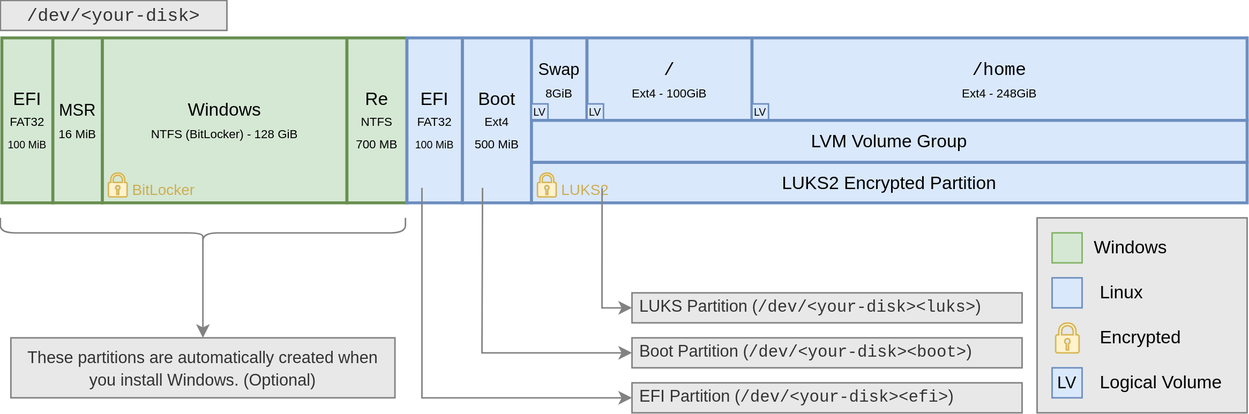
Earlier version of the draw.io export docs/disk-partitions.svg (mjnaderi/dotfiles). Source tidied: cells renumbered, new cells last; positions are measured from the earlier drawing's top-left corner, leaving out a move shared by most shapes.
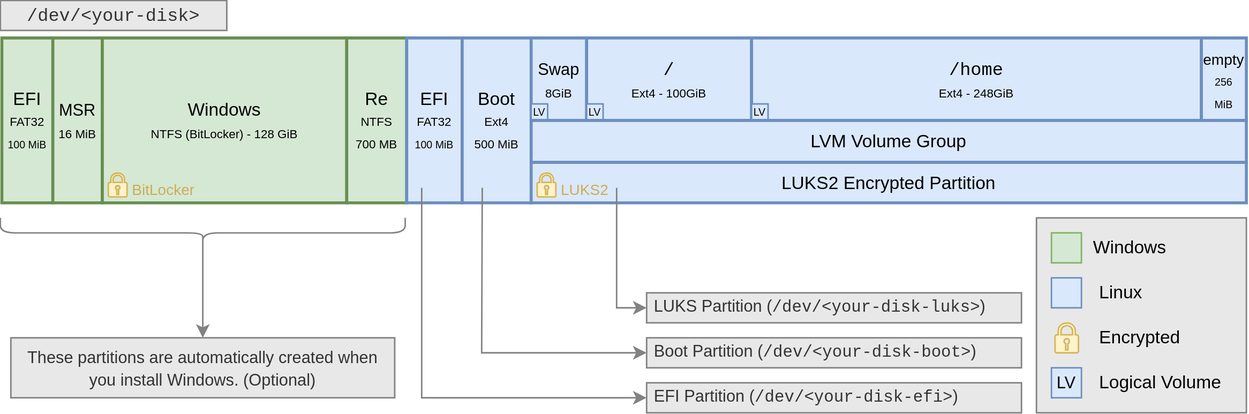
Later version of the same file.

Commit message:
Update partitions diagram

The edit, as a diff of the source:
```diff
@@ -72,71 +72,74 @@
       <mxGeometry y="44" width="11" height="11" as="geometry" />
     </mxCell>
     <mxCell id="25" value="&lt;font face=&quot;monospace&quot;&gt;/home&lt;/font&gt;&lt;br&gt;&lt;font style=&quot;font-size: 8px;&quot;&gt;Ext4 - 248GiB&lt;/font&gt;" style="shape=partialRectangle;html=1;whiteSpace=wrap;strokeColor=#6c8ebf;overflow=hidden;fillColor=#dae8fc;top=1;left=1;bottom=1;right=1;strokeWidth=2;fontFamily=sans-serif;" parent="12" vertex="1">
-      <mxGeometry x="500" width="330" height="55" as="geometry" />
+      <mxGeometry x="500" width="300" height="55" as="geometry" />
     </mxCell>
     <mxCell id="26" value="LV" style="rounded=0;whiteSpace=wrap;html=1;fontSize=7;fillColor=#dae8fc;strokeColor=#6c8ebf;fontFamily=sans-serif;" parent="25" vertex="1">
       <mxGeometry y="44" width="11" height="11" as="geometry" />
     </mxCell>
-    <mxCell id="27" style="shape=tableRow;horizontal=0;startSize=0;swimlaneHead=0;swimlaneBody=0;strokeColor=inherit;top=0;left=0;bottom=0;right=0;fillColor=none;fontSize=12;strokeWidth=2;fontFamily=sans-serif;" parent="11" vertex="1">
-      <mxGeometry y="55" width="830" height="28" as="geometry" />
+    <mxCell id="27" value="&lt;font style=&quot;&quot;&gt;&lt;font size=&quot;1&quot;&gt;empty&lt;/font&gt;&lt;br&gt;&lt;font style=&quot;font-size: 7px;&quot;&gt;256&lt;br&gt;MiB&lt;/font&gt;&lt;br&gt;&lt;/font&gt;" style="shape=partialRectangle;html=1;whiteSpace=wrap;strokeColor=#6c8ebf;overflow=hidden;fillColor=#dae8fc;top=1;left=1;bottom=1;right=1;strokeWidth=2;fontFamily=sans-serif;" parent="12" vertex="1">
+      <mxGeometry x="800" width="30" height="55" as="geometry" />
     </mxCell>
+    <mxCell id="43" style="shape=tableRow;horizontal=0;startSize=0;swimlaneHead=0;swimlaneBody=0;strokeColor=inherit;top=0;left=0;bottom=0;right=0;fillColor=none;fontSize=12;strokeWidth=2;fontFamily=sans-serif;" parent="11" vertex="1">
+      <mxGeometry y="55" width="830" height="28" as="geometry" />
+    </mxCell>
-    <mxCell id="28" value="LVM Volume Group" style="shape=partialRectangle;html=1;whiteSpace=wrap;strokeColor=#6c8ebf;overflow=hidden;fillColor=#dae8fc;top=1;left=1;bottom=1;right=1;fontSize=12;colspan=3;strokeWidth=2;fontFamily=sans-serif;" parent="27" vertex="1">
+    <mxCell id="28" value="LVM Volume Group" style="shape=partialRectangle;html=1;whiteSpace=wrap;strokeColor=#6c8ebf;overflow=hidden;fillColor=#dae8fc;top=1;left=1;bottom=1;right=1;fontSize=12;colspan=4;strokeWidth=2;fontFamily=sans-serif;" parent="43" vertex="1">
       <mxGeometry x="353" width="477" height="28" as="geometry" />
     </mxCell>
     <mxCell id="29" style="shape=tableRow;horizontal=0;startSize=0;swimlaneHead=0;swimlaneBody=0;strokeColor=inherit;top=0;left=0;bottom=0;right=0;fillColor=none;points=[[0,0.5],[1,0.5]];portConstraint=eastwest;fontSize=12;fontFamily=sans-serif;" parent="11" vertex="1">
       <mxGeometry y="83" width="830" height="27" as="geometry" />
     </mxCell>
-    <mxCell id="30" value="LUKS2 Encrypted Partition" style="shape=partialRectangle;html=1;whiteSpace=wrap;strokeColor=#6c8ebf;overflow=hidden;fillColor=#dae8fc;top=1;left=1;bottom=1;right=1;fontSize=12;colspan=3;strokeWidth=2;fontFamily=sans-serif;" parent="29" vertex="1">
-      <mxGeometry x="353" width="477" height="27" as="geometry" />
-    </mxCell>
+    <mxCell id="32" value="LUKS2 Encrypted Partition" style="shape=partialRectangle;html=1;whiteSpace=wrap;strokeColor=#6c8ebf;overflow=hidden;fillColor=#dae8fc;top=1;left=1;bottom=1;right=1;fontSize=12;colspan=4;strokeWidth=2;fontFamily=sans-serif;" parent="29" vertex="1">
+      <mxGeometry x="353" width="477" height="27" as="geometry" />
+    </mxCell>
-    <mxCell id="31" style="sketch=0;shadow=0;dashed=0;html=1;strokeColor=#d6b656;labelPosition=center;verticalLabelPosition=bottom;verticalAlign=top;align=center;fillColor=#fff2cc;shape=mxgraph.mscae.enterprise.lock;fontFamily=sans-serif;" parent="30" vertex="1">
+    <mxCell id="31" style="sketch=0;shadow=0;dashed=0;html=1;strokeColor=#d6b656;labelPosition=center;verticalLabelPosition=bottom;verticalAlign=top;align=center;fillColor=#fff2cc;shape=mxgraph.mscae.enterprise.lock;fontFamily=sans-serif;" parent="32" vertex="1">
       <mxGeometry x="4" y="7" width="12.5" height="16" as="geometry" />
     </mxCell>
-    <mxCell id="32" value="LUKS2" style="rounded=0;whiteSpace=wrap;html=1;align=left;strokeColor=none;fillColor=none;fontColor=#CCAD52;fontSize=10;fontFamily=sans-serif;" parent="30" vertex="1">
-      <mxGeometry x="18.5" y="11.5" width="31.5" height="13" as="geometry" />
-    </mxCell>
-    <mxCell id="33" value="&amp;nbsp;EFI Partition (&lt;font style=&quot;font-size: 11px;&quot; face=&quot;monospace&quot;&gt;/dev/&amp;lt;your-disk&amp;gt;&amp;lt;efi&amp;gt;&lt;/font&gt;)" style="rounded=0;whiteSpace=wrap;html=1;strokeColor=#828282;fillColor=#E8E8E8;fontColor=#333333;fontFamily=sans-serif;fontSize=11;align=left;" parent="1" vertex="1">
-      <mxGeometry x="421" y="255" width="260" height="20" as="geometry" />
-    </mxCell>
-    <mxCell id="34" value="&amp;nbsp;Boot Partition (&lt;font style=&quot;font-size: 11px;&quot; face=&quot;monospace&quot;&gt;/dev/&amp;lt;your-disk&amp;gt;&amp;lt;boot&amp;gt;&lt;/font&gt;)" style="rounded=0;whiteSpace=wrap;html=1;strokeColor=#828282;fillColor=#E8E8E8;fontColor=#333333;fontFamily=sans-serif;fontSize=11;align=left;" parent="1" vertex="1">
-      <mxGeometry x="421" y="225" width="260" height="20" as="geometry" />
-    </mxCell>
-    <mxCell id="35" value="&amp;nbsp;LUKS Partition (&lt;font face=&quot;monospace&quot; style=&quot;font-size: 11px;&quot;&gt;/dev/&amp;lt;your-disk&amp;gt;&amp;lt;luks&amp;gt;&lt;/font&gt;)" style="rounded=0;whiteSpace=wrap;html=1;strokeColor=#828282;fillColor=#E8E8E8;fontColor=#333333;fontFamily=sans-serif;fontSize=11;align=left;" parent="1" vertex="1">
-      <mxGeometry x="421" y="195" width="260" height="20" as="geometry" />
-    </mxCell>
+    <mxCell id="44" value="LUKS2" style="rounded=0;whiteSpace=wrap;html=1;align=left;strokeColor=none;fillColor=none;fontColor=#CCAD52;fontSize=10;fontFamily=sans-serif;" parent="32" vertex="1">
+      <mxGeometry x="18.5" y="11.5" width="31.5" height="13" as="geometry" />
+    </mxCell>
-    <mxCell id="36" style="endArrow=classic;html=1;rounded=0;entryX=0;entryY=0.5;entryDx=0;entryDy=0;fontFamily=sans-serif;shadow=0;strokeColor=#828282;" parent="1" edge="1" target="33">
-      <mxGeometry relative="1" as="geometry">
-        <mxPoint x="281" y="125" as="sourcePoint" />
-        <Array as="points">
-          <mxPoint x="281" y="265" />
-        </Array>
-      </mxGeometry>
+    <mxCell id="36" value="&amp;nbsp;EFI Partition (&lt;font style=&quot;font-size: 11px;&quot; face=&quot;monospace&quot;&gt;/dev/&amp;lt;your-disk-efi&amp;gt;&lt;/font&gt;)" style="rounded=0;whiteSpace=wrap;html=1;strokeColor=#828282;fillColor=#E8E8E8;fontColor=#333333;fontFamily=sans-serif;fontSize=11;align=left;" parent="1" vertex="1">
+      <mxGeometry x="431" y="255" width="250" height="20" as="geometry" />
     </mxCell>
-    <mxCell id="37" style="endArrow=classic;html=1;rounded=0;entryX=0;entryY=0.5;entryDx=0;entryDy=0;exitX=0.386;exitY=1.818;exitDx=0;exitDy=0;exitPerimeter=0;fontFamily=sans-serif;shadow=0;strokeColor=#828282;" parent="1" edge="1" source="12" target="34">
-      <mxGeometry relative="1" as="geometry">
-        <Array as="points">
-          <mxPoint x="321" y="235" />
-        </Array>
-      </mxGeometry>
+    <mxCell id="37" value="&amp;nbsp;Boot Partition (&lt;font style=&quot;font-size: 11px;&quot; face=&quot;monospace&quot;&gt;/dev/&amp;lt;your-disk-boot&amp;gt;&lt;/font&gt;)" style="rounded=0;whiteSpace=wrap;html=1;strokeColor=#828282;fillColor=#E8E8E8;fontColor=#333333;fontFamily=sans-serif;fontSize=11;align=left;" parent="1" vertex="1">
+      <mxGeometry x="431" y="225" width="250" height="20" as="geometry" />
     </mxCell>
-    <mxCell id="38" style="endArrow=classic;html=1;rounded=0;entryX=0;entryY=0.5;entryDx=0;entryDy=0;exitX=0.482;exitY=0.63;exitDx=0;exitDy=0;exitPerimeter=0;fontFamily=sans-serif;shadow=0;strokeColor=#828282;" parent="1" edge="1" source="29" target="35">
-      <mxGeometry relative="1" as="geometry">
-        <Array as="points">
-          <mxPoint x="401" y="205" />
-        </Array>
-      </mxGeometry>
+    <mxCell id="38" value="&amp;nbsp;LUKS Partition (&lt;font face=&quot;monospace&quot; style=&quot;font-size: 11px;&quot;&gt;/dev/&amp;lt;your-disk-luks&amp;gt;&lt;/font&gt;)" style="rounded=0;whiteSpace=wrap;html=1;strokeColor=#828282;fillColor=#E8E8E8;fontColor=#333333;fontFamily=sans-serif;fontSize=11;align=left;" parent="1" vertex="1">
+      <mxGeometry x="431" y="195" width="250" height="20" as="geometry" />
     </mxCell>
-    <mxCell id="39" value="&lt;font face=&quot;monospace&quot;&gt;/dev/&amp;lt;your-disk&amp;gt;&lt;/font&gt;" style="rounded=0;whiteSpace=wrap;html=1;strokeColor=#828282;fillColor=#E8E8E8;fontColor=#333333;fontFamily=sans-serif;align=center;" parent="1" vertex="1">
-      <mxGeometry width="151" height="20" as="geometry" />
+    <mxCell id="39" style="endArrow=classic;html=1;rounded=0;entryX=0;entryY=0.5;entryDx=0;entryDy=0;fontFamily=sans-serif;shadow=0;strokeColor=#828282;" parent="1" edge="1" target="36">
+      <mxGeometry relative="1" as="geometry">
+        <mxPoint x="281" y="125" as="sourcePoint" />
+        <Array as="points">
+          <mxPoint x="281" y="265" />
+        </Array>
+      </mxGeometry>
     </mxCell>
-    <mxCell id="40" style="edgeStyle=orthogonalEdgeStyle;rounded=0;jettySize=auto;html=1;exitX=0.1;exitY=0.5;exitDx=0;exitDy=0;exitPerimeter=0;entryX=0.5;entryY=0;entryDx=0;entryDy=0;fontFamily=sans-serif;shadow=0;strokeColor=#828282;" parent="1" edge="1" source="41" target="42">
-      <mxGeometry relative="1" as="geometry" />
+    <mxCell id="40" style="endArrow=classic;html=1;rounded=0;entryX=0;entryY=0.5;entryDx=0;entryDy=0;exitX=0.386;exitY=1.818;exitDx=0;exitDy=0;exitPerimeter=0;fontFamily=sans-serif;shadow=0;strokeColor=#828282;" parent="1" edge="1" source="12" target="37">
+      <mxGeometry relative="1" as="geometry">
+        <Array as="points">
+          <mxPoint x="321" y="235" />
+        </Array>
+      </mxGeometry>
     </mxCell>
-    <mxCell id="41" style="shape=curlyBracket;whiteSpace=wrap;html=1;rounded=1;flipH=1;labelPosition=right;verticalLabelPosition=middle;align=left;verticalAlign=middle;rotation=90;fontFamily=sans-serif;shadow=0;strokeColor=#828282;" parent="1" vertex="1">
-      <mxGeometry x="125" y="20" width="20" height="270" as="geometry" />
+    <mxCell id="41" style="endArrow=classic;html=1;rounded=0;entryX=0;entryY=0.5;entryDx=0;entryDy=0;fontFamily=sans-serif;shadow=0;strokeColor=#828282;exitX=0.494;exitY=0.63;exitDx=0;exitDy=0;exitPerimeter=0;" parent="1" edge="1" source="29" target="38">
+      <mxGeometry relative="1" as="geometry">
+        <Array as="points">
+          <mxPoint x="411" y="205" />
+        </Array>
+      </mxGeometry>
     </mxCell>
-    <mxCell id="42" value="&lt;font style=&quot;font-size: 11px;&quot;&gt;These partitions are automatically created when you install Windows. (Optional)&lt;/font&gt;" style="rounded=0;whiteSpace=wrap;html=1;strokeColor=#828282;fillColor=#E8E8E8;fontColor=#333333;fontFamily=sans-serif;" parent="1" vertex="1">
-      <mxGeometry x="7" y="225" width="256" height="40" as="geometry" />
+    <mxCell id="42" value="&lt;font face=&quot;monospace&quot;&gt;/dev/&amp;lt;your-disk&amp;gt;&lt;/font&gt;" style="rounded=0;whiteSpace=wrap;html=1;strokeColor=#828282;fillColor=#E8E8E8;fontColor=#333333;fontFamily=sans-serif;align=center;" parent="1" vertex="1">
+      <mxGeometry width="151" height="20" as="geometry" />
     </mxCell>
+    <mxCell id="45" style="edgeStyle=orthogonalEdgeStyle;rounded=0;jettySize=auto;html=1;exitX=0.1;exitY=0.5;exitDx=0;exitDy=0;exitPerimeter=0;entryX=0.5;entryY=0;entryDx=0;entryDy=0;fontFamily=sans-serif;shadow=0;strokeColor=#828282;" parent="1" edge="1" source="46" target="47">
+      <mxGeometry relative="1" as="geometry" />
+    </mxCell>
+    <mxCell id="46" style="shape=curlyBracket;whiteSpace=wrap;html=1;rounded=1;flipH=1;labelPosition=right;verticalLabelPosition=middle;align=left;verticalAlign=middle;rotation=90;fontFamily=sans-serif;shadow=0;strokeColor=#828282;" parent="1" vertex="1">
+      <mxGeometry x="125" y="20" width="20" height="270" as="geometry" />
+    </mxCell>
+    <mxCell id="47" value="&lt;font style=&quot;font-size: 11px;&quot;&gt;These partitions are automatically created when you install Windows. (Optional)&lt;/font&gt;" style="rounded=0;whiteSpace=wrap;html=1;strokeColor=#828282;fillColor=#E8E8E8;fontColor=#333333;fontFamily=sans-serif;" parent="1" vertex="1">
+      <mxGeometry x="7" y="225" width="256" height="40" as="geometry" />
+    </mxCell>
   </root>
 </mxGraphModel>
```
